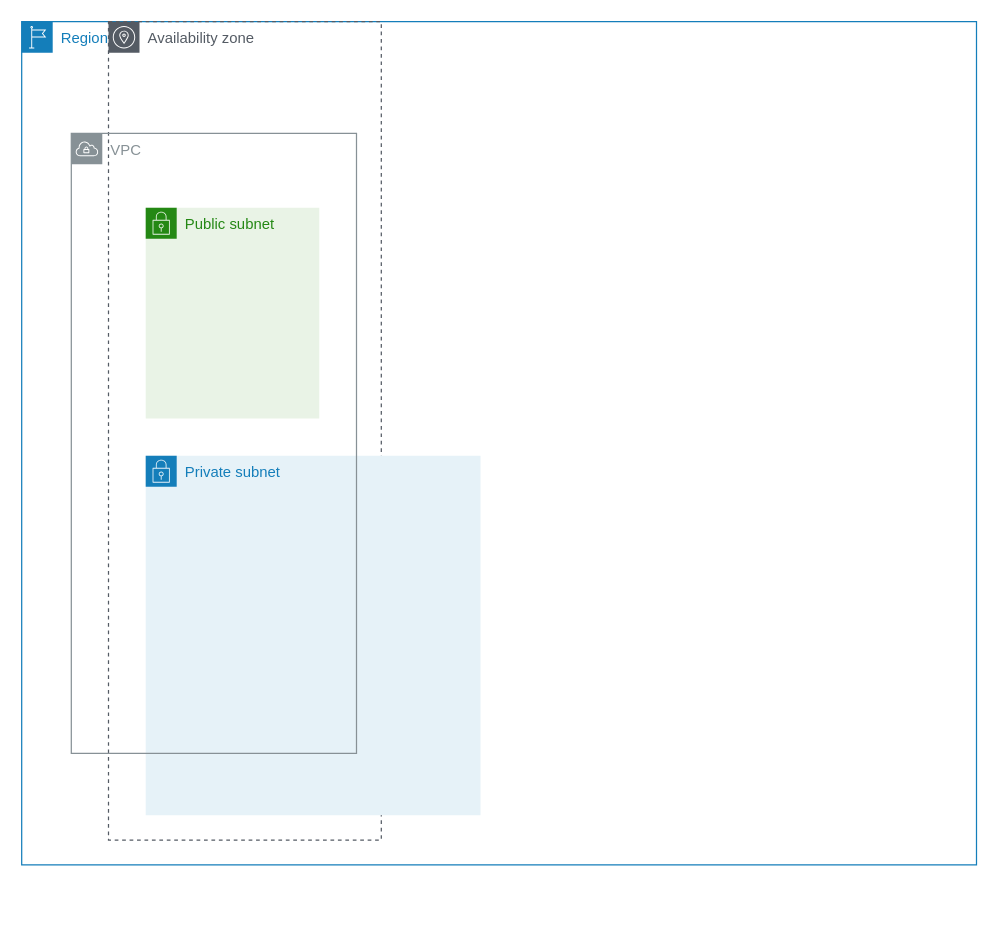
Schull-io/Cloud_DevOps_C4 keeps this draw.io diagram as Dannie.drawio. Above is the earlier version. Source tidied: cells renumbered, new cells numbered last; positions are measured from the earlier drawing's top-left corner, leaving out a move shared by most shapes. Both pictures are drawn from the tidied source at 124%, with x=0, y=0 at pixel (21, 21).
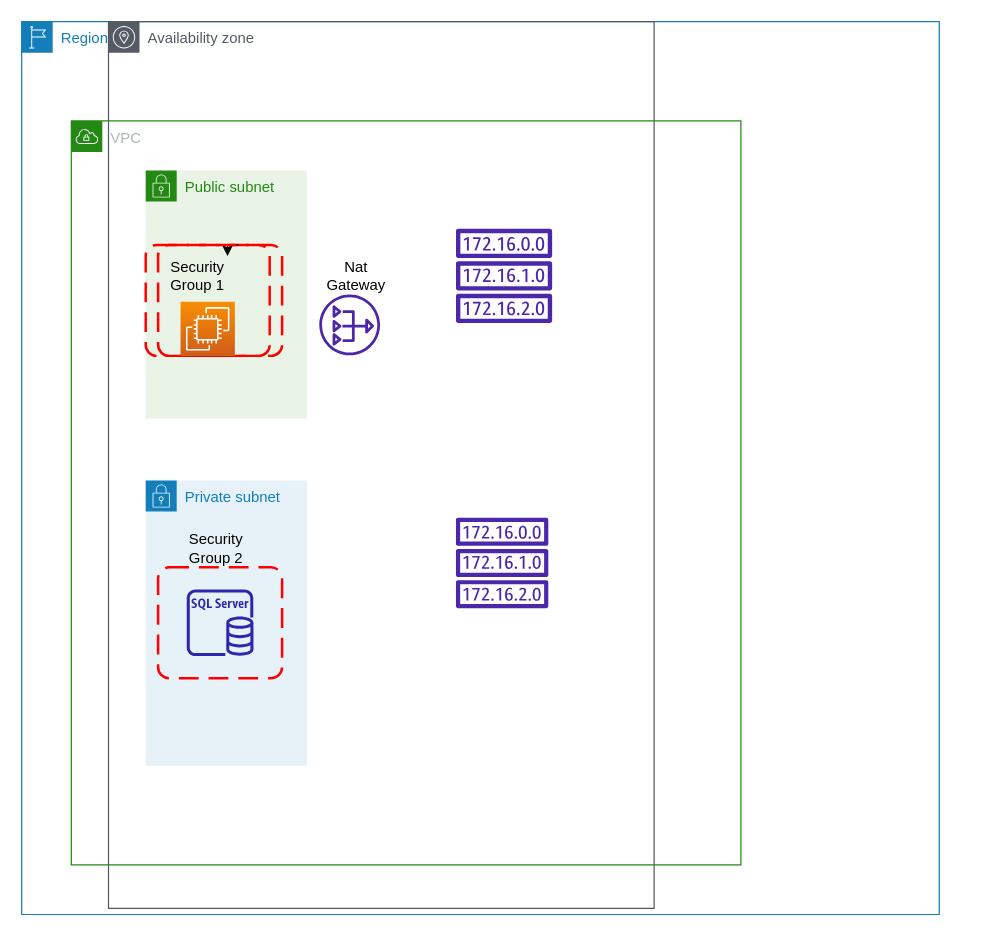
Above is the later version.

The edit, as a diff of the source:
```diff
@@
 <mxGraphModel>
   <root>
     <mxCell id="0" />
     <mxCell id="1" parent="0" />
     <mxCell id="2" value="Region" style="gradientColor=none;html=1;whiteSpace=wrap;fontSize=12;fontStyle=0;shape=mxgraph.aws4.group;grIcon=mxgraph.aws4.group_region;strokeColor=#147EBA;fillColor=none;verticalAlign=top;align=left;spacingLeft=30;fontColor=#147EBA;" parent="1" vertex="1">
-      <mxGeometry width="770" height="680" as="geometry" />
+      <mxGeometry width="740" height="720" as="geometry" />
     </mxCell>
-    <mxCell id="3" value="Availability zone" style="sketch=0;gradientColor=none;html=1;whiteSpace=wrap;fontSize=12;fontStyle=0;shape=mxgraph.aws4.group;grIcon=mxgraph.aws4.group_availability_zone;strokeColor=#545B64;fillColor=none;verticalAlign=top;align=left;spacingLeft=30;fontColor=#545B64;dashed=1;" parent="2" vertex="1">
-      <mxGeometry x="70" width="220" height="660" as="geometry" />
+    <mxCell id="3" value="Availability zone" style="sketch=0;gradientColor=none;html=1;whiteSpace=wrap;fontSize=12;fontStyle=0;shape=mxgraph.aws4.group;grIcon=mxgraph.aws4.group_availability_zone;strokeColor=#545B64;fillColor=none;verticalAlign=top;align=left;spacingLeft=30;fontColor=#545B64;" parent="2" vertex="1">
+      <mxGeometry x="70" width="440" height="715" as="geometry" />
     </mxCell>
+    <mxCell id="6" value="VPC" style="gradientColor=none;html=1;whiteSpace=wrap;fontSize=12;fontStyle=0;shape=mxgraph.aws4.group;grIcon=mxgraph.aws4.group_vpc;strokeColor=#248814;fillColor=none;verticalAlign=top;align=left;spacingLeft=30;fontColor=#AAB7B8;dashed=0;" parent="2" vertex="1">
+      <mxGeometry x="40" y="80" width="540" height="600" as="geometry" />
+    </mxCell>
-    <mxCell id="4" value="Public subnet" style="gradientColor=none;html=1;whiteSpace=wrap;fontSize=12;fontStyle=0;shape=mxgraph.aws4.group;grIcon=mxgraph.aws4.group_security_group;grStroke=0;strokeColor=#248814;fillColor=#E9F3E6;verticalAlign=top;align=left;spacingLeft=30;fontColor=#248814;dashed=0;" parent="2" vertex="1">
-      <mxGeometry x="100" y="150" width="140" height="170" as="geometry" />
+    <mxCell id="4" value="Public subnet" style="gradientColor=none;html=1;whiteSpace=wrap;fontSize=12;fontStyle=0;shape=mxgraph.aws4.group;grIcon=mxgraph.aws4.group_security_group;grStroke=0;strokeColor=#248814;fillColor=#E9F3E6;verticalAlign=top;align=left;spacingLeft=30;fontColor=#248814;dashed=0;" parent="6" vertex="1">
+      <mxGeometry x="60" y="40" width="130" height="200" as="geometry" />
     </mxCell>
-    <mxCell id="5" value="Private subnet" style="gradientColor=none;html=1;whiteSpace=wrap;fontSize=12;fontStyle=0;shape=mxgraph.aws4.group;grIcon=mxgraph.aws4.group_security_group;grStroke=0;strokeColor=#147EBA;fillColor=#E6F2F8;verticalAlign=top;align=left;spacingLeft=30;fontColor=#147EBA;dashed=0;" parent="2" vertex="1">
-      <mxGeometry x="100" y="350" width="270" height="290" as="geometry" />
+    <mxCell id="5" value="Private subnet" style="gradientColor=none;html=1;whiteSpace=wrap;fontSize=12;fontStyle=0;shape=mxgraph.aws4.group;grIcon=mxgraph.aws4.group_security_group;grStroke=0;strokeColor=#147EBA;fillColor=#E6F2F8;verticalAlign=top;align=left;spacingLeft=30;fontColor=#147EBA;dashed=0;" parent="6" vertex="1">
+      <mxGeometry x="60" y="290" width="130" height="230" as="geometry" />
     </mxCell>
-    <mxCell id="6" value="VPC" style="sketch=0;gradientColor=none;html=1;whiteSpace=wrap;fontSize=12;fontStyle=0;shape=mxgraph.aws4.group;grIcon=mxgraph.aws4.group_vpc;strokeColor=#879196;fillColor=none;verticalAlign=top;align=left;spacingLeft=30;fontColor=#879196;dashed=0;" parent="5" vertex="1">
-      <mxGeometry x="-60" y="-260" width="230" height="500" as="geometry" />
-    </mxCell>
+    <mxCell id="7" value="Security Group 2" style="text;html=1;strokeColor=none;fillColor=none;align=center;verticalAlign=middle;whiteSpace=wrap;rounded=0;" parent="5" vertex="1">
+      <mxGeometry x="26.9" y="40" width="60" height="30" as="geometry" />
+    </mxCell>
+    <mxCell id="8" style="sketch=0;fontColor=#232F3E;gradientColor=none;fillColor=#4D27AA;strokeColor=none;dashed=0;verticalLabelPosition=bottom;verticalAlign=top;align=center;html=1;fontSize=12;fontStyle=0;shape=mxgraph.aws4.nat_gateway;" parent="6" vertex="1">
+      <mxGeometry x="200" y="140" width="49" height="49" as="geometry" />
+    </mxCell>
+    <mxCell id="9" style="rounded=1;arcSize=10;dashed=1;strokeColor=#ff0000;fillColor=none;gradientColor=none;dashPattern=8 4;strokeWidth=2;" parent="2" vertex="1">
+      <mxGeometry x="110" y="180" width="100" height="89.5" as="geometry" />
+    </mxCell>
+    <mxCell id="10" style="rounded=1;arcSize=10;dashed=1;strokeColor=#ff0000;fillColor=none;gradientColor=none;dashPattern=8 4;strokeWidth=2;" parent="2" vertex="1">
+      <mxGeometry x="110" y="440" width="100" height="89.5" as="geometry" />
+    </mxCell>
+    <mxCell id="11" style="sketch=0;fontColor=#232F3E;gradientColor=none;fillColor=#2E27AD;strokeColor=none;dashed=0;verticalLabelPosition=bottom;verticalAlign=top;align=center;html=1;fontSize=12;fontStyle=0;shape=mxgraph.aws4.rds_sql_server_instance;" parent="2" vertex="1">
+      <mxGeometry x="133.1" y="457.9" width="53.8" height="53.8" as="geometry" />
+    </mxCell>
+    <mxCell id="12" value="Nat Gateway" style="text;html=1;strokeColor=none;fillColor=none;align=center;verticalAlign=middle;whiteSpace=wrap;rounded=0;" parent="2" vertex="1">
+      <mxGeometry x="240" y="190" width="60" height="30" as="geometry" />
+    </mxCell>
+    <mxCell id="13" style="sketch=0;fontColor=#232F3E;gradientColor=none;fillColor=#4D27AA;strokeColor=none;dashed=0;verticalLabelPosition=bottom;verticalAlign=top;align=center;html=1;fontSize=12;fontStyle=0;shape=mxgraph.aws4.route_table;" parent="2" vertex="1">
+      <mxGeometry x="350" y="167" width="78" height="76" as="geometry" />
+    </mxCell>
+    <mxCell id="14" style="sketch=0;fontColor=#232F3E;gradientColor=none;fillColor=#4D27AA;strokeColor=none;dashed=0;verticalLabelPosition=bottom;verticalAlign=top;align=center;html=1;fontSize=12;fontStyle=0;shape=mxgraph.aws4.route_table;" parent="2" vertex="1">
+      <mxGeometry x="350" y="400" width="74.9" height="73" as="geometry" />
+    </mxCell>
+    <mxCell id="15" style="edgeStyle=orthogonalEdgeStyle;rounded=0;jettySize=auto;html=1;exitX=0.75;exitY=0;exitDx=0;exitDy=0;entryX=0.902;entryY=-0.033;entryDx=0;entryDy=0;entryPerimeter=0;" parent="1" edge="1" source="16" target="18">
+      <mxGeometry relative="1" as="geometry" />
+    </mxCell>
+    <mxCell id="16" style="rounded=1;arcSize=10;dashed=1;strokeColor=#ff0000;fillColor=none;gradientColor=none;dashPattern=8 4;strokeWidth=2;" parent="1" vertex="1">
+      <mxGeometry x="100" y="180" width="100" height="89.5" as="geometry" />
+    </mxCell>
+    <mxCell id="17" style="sketch=0;fontColor=#232F3E;gradientColor=#F78E04;gradientDirection=north;fillColor=#D05C17;strokeColor=#ffffff;dashed=0;verticalLabelPosition=bottom;verticalAlign=top;align=center;html=1;fontSize=12;fontStyle=0;shape=mxgraph.aws4.resourceIcon;resIcon=mxgraph.aws4.ec2;" parent="1" vertex="1">
+      <mxGeometry x="128.1" y="225.8" width="43.8" height="43.8" as="geometry" />
+    </mxCell>
+    <mxCell id="18" value="Security Group 1&lt;br&gt;" style="text;html=1;strokeColor=none;fillColor=none;align=center;verticalAlign=middle;whiteSpace=wrap;rounded=0;" parent="1" vertex="1">
+      <mxGeometry x="111.9" y="190" width="60" height="30" as="geometry" />
+    </mxCell>
   </root>
 </mxGraphModel>
```
